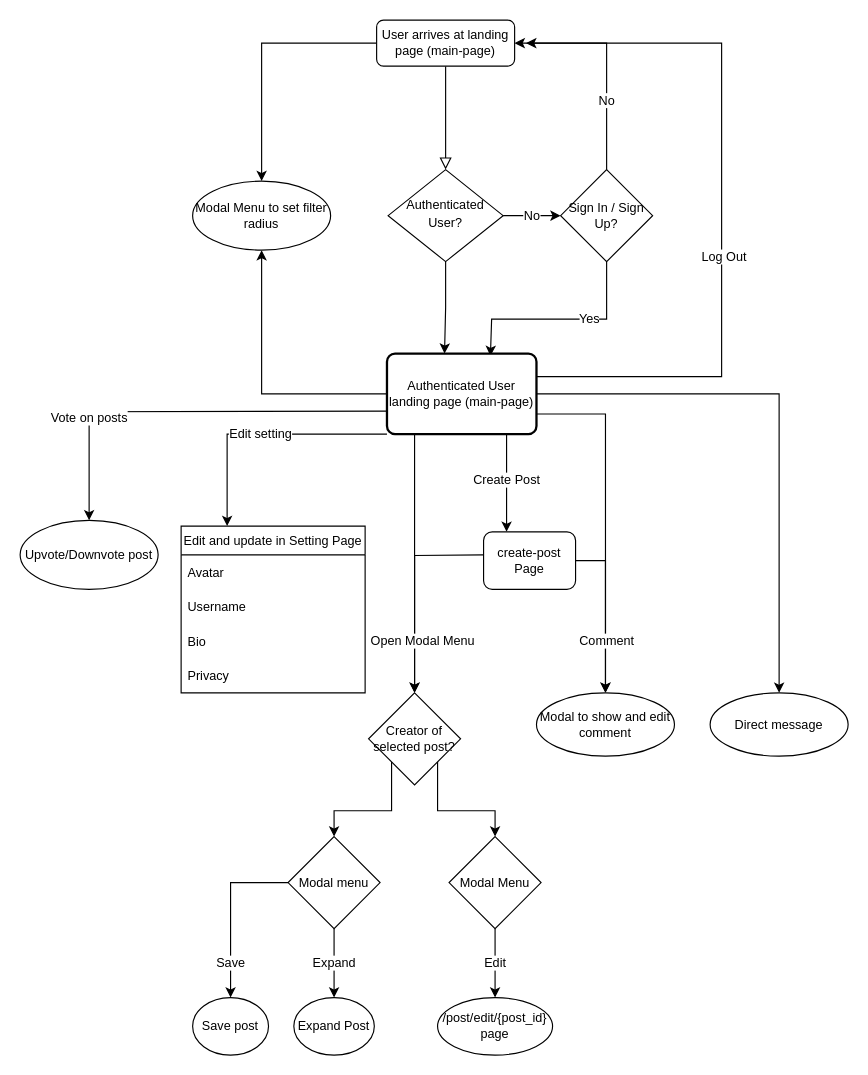
connlim/EventHorizon keeps this draw.io diagram as designs/user_site_flow_diagram.drawio. Above is the earlier version. Source tidied: cells renumbered, new cells numbered last; positions are measured from the earlier drawing's top-left corner, leaving out a move shared by most shapes. Both pictures are drawn from the tidied source at 115%, with x=0, y=0 at pixel (20, 20).
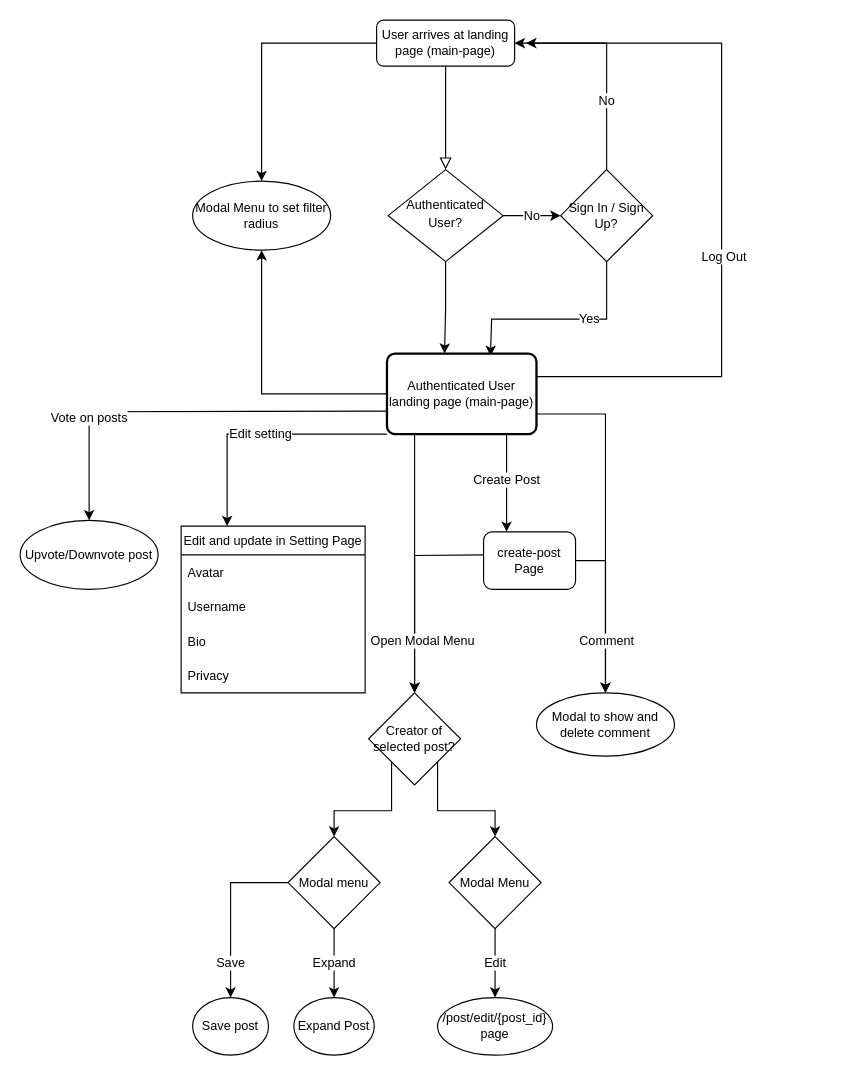
After the change.

The change refers to these unchanged cells:
```xml
<mxCell id="26" value="Authenticated User landing page (main-page)" style="rounded=1;whiteSpace=wrap;html=1;absoluteArcSize=1;arcSize=14;strokeWidth=2;fontSize=11;" parent="1" vertex="1">
  <mxGeometry x="319" y="290" width="130" height="70" as="geometry" />
</mxCell>
```

Change to the diagram source:
```diff
@@
-    <mxCell id="25" style="edgeStyle=orthogonalEdgeStyle;rounded=0;jettySize=auto;html=1;exitX=1;exitY=0.5;exitDx=0;exitDy=0;entryX=0.5;entryY=0;entryDx=0;entryDy=0;fontSize=11;" parent="1" edge="1" source="26" target="44">
-      <mxGeometry relative="1" as="geometry" />
-    </mxCell>
@@
-    <mxCell id="43" value="Modal to show and edit comment" style="ellipse;whiteSpace=wrap;html=1;rounded=0;fontSize=11;" parent="1" vertex="1">
+    <mxCell id="43" value="Modal to show and delete comment" style="ellipse;whiteSpace=wrap;html=1;rounded=0;fontSize=11;" parent="1" vertex="1">
       <mxGeometry x="449" y="585" width="120" height="55" as="geometry" />
     </mxCell>
-    <mxCell id="44" value="Direct message" style="ellipse;whiteSpace=wrap;html=1;rounded=0;fontSize=11;" parent="1" vertex="1">
-      <mxGeometry x="600" y="585" width="120" height="55" as="geometry" />
-    </mxCell>
```
